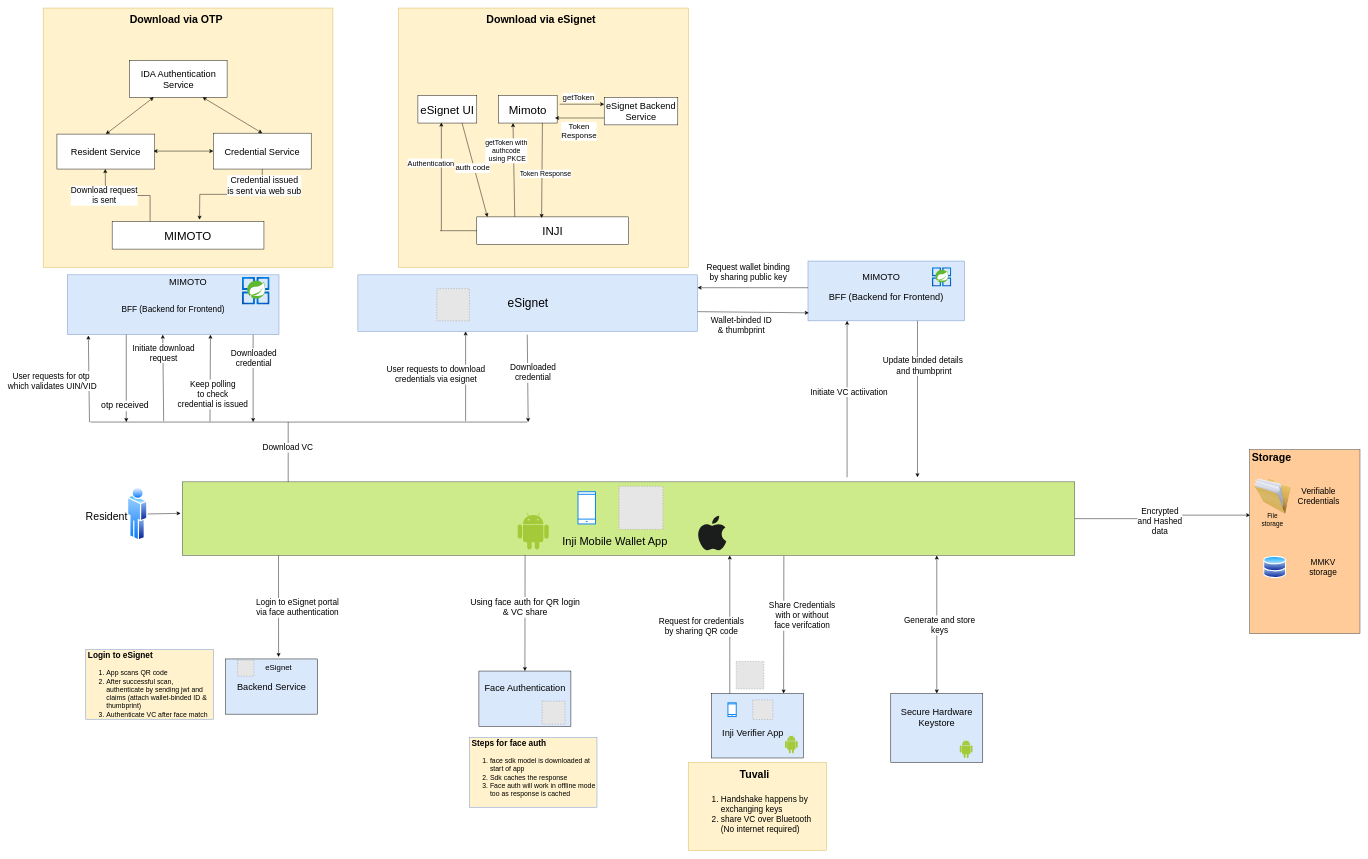
mosip/documentation keeps this draw.io diagram as docs/_images/Inji_Arch.drawio. Above is the earlier version. Source tidied: cells renumbered, new cells numbered last; positions are measured from the earlier drawing's top-left corner, leaving out a move shared by most shapes. Both pictures are drawn from the tidied source at 46%, with x=0, y=0 at pixel (43, 8). Pictures stored in the file or linked from it are replaced by grey dashed boxes.
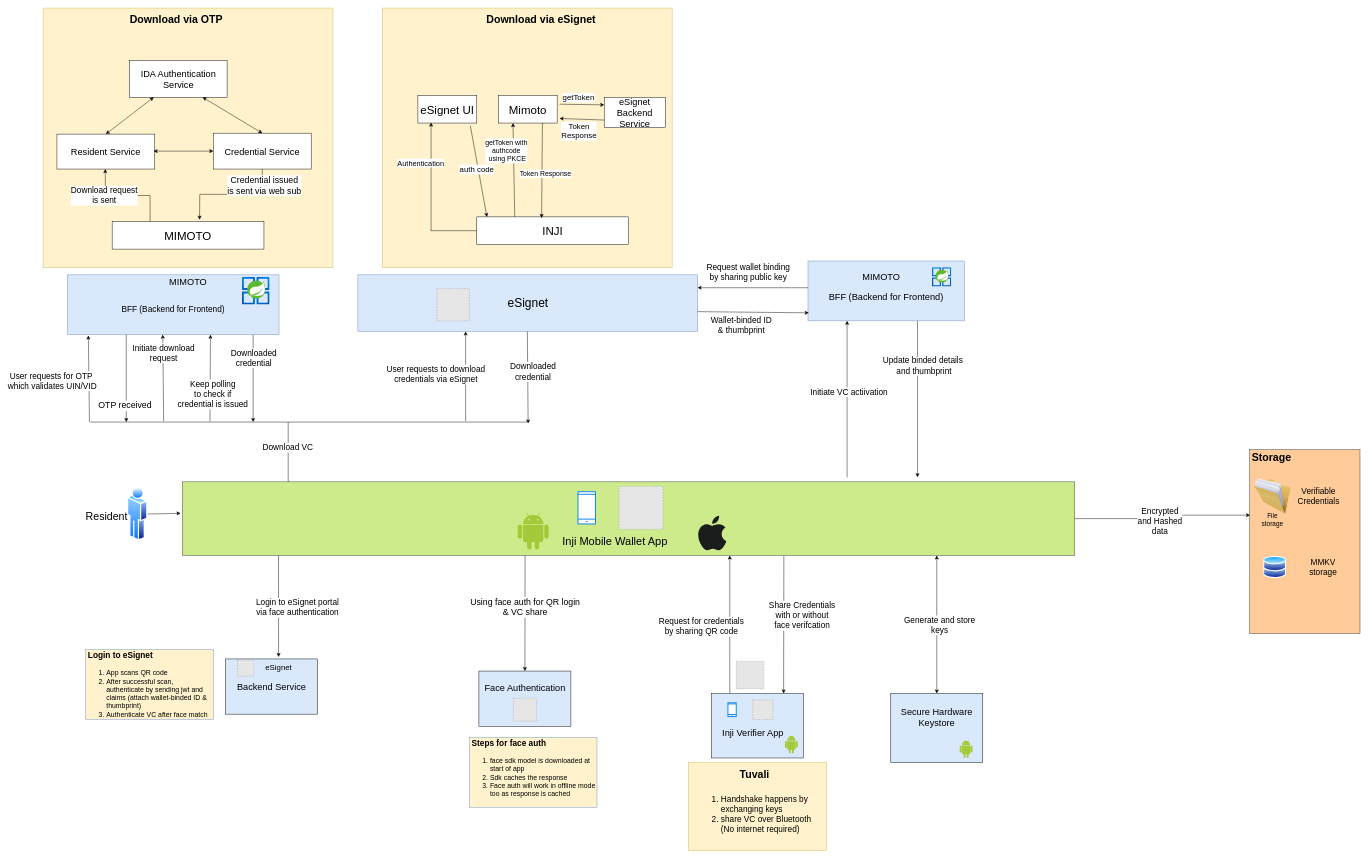
The same diagram, later.

The change refers to these unchanged cells:
```xml
<mxCell id="16" style="endArrow=classic;html=1;rounded=0;entryX=0.099;entryY=1.015;entryDx=0;entryDy=0;entryPerimeter=0;" parent="1" edge="1" target="7">
  <mxGeometry x="1" y="-534" relative="1" as="geometry">
    <mxPoint x="101" y="900" as="sourcePoint" />
    <mxPoint x="-92" y="-300" as="offset" />
  </mxGeometry>
</mxCell>
<mxCell id="18" style="endArrow=classic;html=1;rounded=0;entryX=0.167;entryY=1.008;entryDx=0;entryDy=0;entryPerimeter=0;" parent="1" edge="1">
  <mxGeometry x="1" y="-533" relative="1" as="geometry">
    <mxPoint x="363" y="899" as="sourcePoint" />
    <mxPoint x="364" y="710" as="targetPoint" />
    <mxPoint x="-91" y="-300" as="offset" />
  </mxGeometry>
</mxCell>
<mxCell id="22" style="endArrow=classic;html=1;rounded=0;entryX=0.167;entryY=1.008;entryDx=0;entryDy=0;entryPerimeter=0;" parent="1" edge="1">
  <mxGeometry x="1" y="-533" relative="1" as="geometry">
    <mxPoint x="918.7" y="898" as="sourcePoint" />
    <mxPoint x="918.7" y="703" as="targetPoint" />
    <mxPoint x="-91" y="-300" as="offset" />
  </mxGeometry>
</mxCell>
<mxCell id="62" style="endArrow=classic;html=1;rounded=0;" parent="1" edge="1">
  <mxGeometry relative="1" as="geometry">
    <mxPoint x="181" y="710" as="sourcePoint" />
    <mxPoint x="181" y="900" as="targetPoint" />
  </mxGeometry>
</mxCell>
<mxCell id="71" value="INJI" style="rounded=0;whiteSpace=wrap;html=1;fontSize=25;" parent="1" vertex="1">
  <mxGeometry x="943" y="454" width="330" height="60" as="geometry" />
</mxCell>
<mxCell id="72" value="eSignet UI" style="rounded=0;whiteSpace=wrap;html=1;fontSize=25;" parent="1" vertex="1">
  <mxGeometry x="815" y="190" width="128" height="60" as="geometry" />
</mxCell>
```

The edit, as a diff of the source:
```diff
@@
-    <mxCell id="17" value="User requests for otp&amp;nbsp;&lt;br&gt;which validates&amp;nbsp;UIN/VID" style="edgeLabel;html=1;align=center;verticalAlign=middle;fontSize=18;" parent="16" vertex="1">
+    <mxCell id="17" value="User requests for OTP&amp;nbsp;&lt;br&gt;which validates&amp;nbsp;UIN/VID" style="edgeLabel;html=1;align=center;verticalAlign=middle;fontSize=18;" parent="16" vertex="1">
       <mxGeometry x="-0.04" relative="1" as="geometry">
         <mxPoint x="-80" as="offset" />
       </mxGeometry>
     </mxCell>
@@
-    <mxCell id="19" value="Keep polling&lt;br style=&quot;border-color: var(--border-color); font-size: 18px;&quot;&gt;to check&lt;br style=&quot;border-color: var(--border-color); font-size: 18px;&quot;&gt;credential is issued" style="edgeLabel;html=1;align=center;verticalAlign=middle;fontSize=18;" parent="18" vertex="1">
+    <mxCell id="19" value="Keep polling&lt;br style=&quot;border-color: var(--border-color); font-size: 18px;&quot;&gt;to check if&lt;br style=&quot;border-color: var(--border-color); font-size: 18px;&quot;&gt;credential is issued" style="edgeLabel;html=1;align=center;verticalAlign=middle;fontSize=18;" parent="18" vertex="1">
       <mxGeometry x="0.05" y="-1" relative="1" as="geometry">
         <mxPoint x="4" y="39" as="offset" />
       </mxGeometry>
     </mxCell>
@@
-    <mxCell id="23" value="User requests to download&lt;br style=&quot;border-color: var(--border-color); font-size: 18px; background-color: rgb(251, 251, 251);&quot;&gt;credentials via esignet" style="edgeLabel;html=1;align=center;verticalAlign=middle;fontSize=18;" parent="22" vertex="1">
+    <mxCell id="23" value="User requests to download&lt;br style=&quot;border-color: var(--border-color); font-size: 18px; background-color: rgb(251, 251, 251);&quot;&gt;credentials via eSignet" style="edgeLabel;html=1;align=center;verticalAlign=middle;fontSize=18;" parent="22" vertex="1">
       <mxGeometry x="0.05" y="-1" relative="1" as="geometry">
         <mxPoint x="-66" as="offset" />
       </mxGeometry>
     </mxCell>
-    <mxCell id="24" style="endArrow=classic;html=1;rounded=0;exitX=0.691;exitY=1.031;exitDx=0;exitDy=0;exitPerimeter=0;" parent="1" edge="1">
+    <mxCell id="24" style="endArrow=classic;html=1;rounded=0;exitX=0.499;exitY=0.976;exitDx=0;exitDy=0;exitPerimeter=0;" parent="1" edge="1">
       <mxGeometry relative="1" as="geometry">
-        <mxPoint x="1052.7" y="710" as="sourcePoint" />
-        <mxPoint x="1054.7" y="900" as="targetPoint" />
+        <mxPoint x="1052.9" y="703" as="sourcePoint" />
+        <mxPoint x="1054.6" y="903" as="targetPoint" />
       </mxGeometry>
     </mxCell>
@@
-    <mxCell id="63" value="otp received" style="edgeLabel;html=1;align=center;verticalAlign=middle;fontSize=19;" parent="62" vertex="1">
+    <mxCell id="63" value="OTP received" style="edgeLabel;html=1;align=center;verticalAlign=middle;fontSize=19;" parent="62" vertex="1">
       <mxGeometry x="0.62" y="-4" relative="1" as="geometry" />
     </mxCell>
@@
     <mxCell id="69" style="rounded=0;whiteSpace=wrap;html=1;fontSize=13;fillColor=#fff2cc;strokeColor=#d6b656;" parent="1" vertex="1">
-      <mxGeometry x="773" width="630" height="564" as="geometry" />
+      <mxGeometry x="737.7" width="630" height="564" as="geometry" />
     </mxCell>
@@
     <mxCell id="74" value="eSignet Backend Service" style="rounded=0;whiteSpace=wrap;html=1;fontSize=20;" parent="1" vertex="1">
-      <mxGeometry x="1220" y="194" width="160" height="60" as="geometry" />
+      <mxGeometry x="1220" y="194" width="133" height="66" as="geometry" />
     </mxCell>
     <mxCell id="75" style="endArrow=none;html=1;rounded=0;entryX=0;entryY=0.5;entryDx=0;entryDy=0;" parent="1" edge="1" target="71">
       <mxGeometry relative="1" as="geometry">
-        <mxPoint x="863" y="484" as="sourcePoint" />
+        <mxPoint x="843" y="484" as="sourcePoint" />
       </mxGeometry>
     </mxCell>
-    <mxCell id="76" style="endArrow=classic;html=1;rounded=0;entryX=0.398;entryY=0.983;entryDx=0;entryDy=0;entryPerimeter=0;" parent="1" edge="1" target="72">
+    <mxCell id="76" style="endArrow=classic;html=1;rounded=0;entryX=0.398;entryY=0.983;entryDx=0;entryDy=0;entryPerimeter=0;" parent="1" edge="1">
       <mxGeometry relative="1" as="geometry">
-        <mxPoint x="866" y="484" as="sourcePoint" />
+        <mxPoint x="843.6" y="484" as="sourcePoint" />
+        <mxPoint x="843.6" y="249" as="targetPoint" />
       </mxGeometry>
     </mxCell>
@@
-    <mxCell id="78" style="endArrow=classic;html=1;rounded=0;exitX=0.75;exitY=1;exitDx=0;exitDy=0;entryX=0.07;entryY=0.003;entryDx=0;entryDy=0;entryPerimeter=0;" parent="1" edge="1" source="72" target="71">
-      <mxGeometry relative="1" as="geometry" />
+    <mxCell id="78" style="endArrow=classic;html=1;rounded=0;exitX=0.898;exitY=1.092;exitDx=0;exitDy=0;entryX=0.07;entryY=0.003;entryDx=0;entryDy=0;entryPerimeter=0;exitPerimeter=0;" parent="1" edge="1">
+      <mxGeometry relative="1" as="geometry">
+        <mxPoint x="928.9" y="255.5" as="sourcePoint" />
+        <mxPoint x="965.1" y="454.2" as="targetPoint" />
+      </mxGeometry>
     </mxCell>
@@
     <mxCell id="81" style="endArrow=classic;html=1;rounded=0;exitX=0;exitY=0.75;exitDx=0;exitDy=0;" parent="1" edge="1" source="74">
       <mxGeometry relative="1" as="geometry">
-        <mxPoint x="1113" y="239" as="targetPoint" />
+        <mxPoint x="1123" y="240" as="targetPoint" />
       </mxGeometry>
     </mxCell>
@@
     <mxCell id="97" style="fillColor=#E6E6E6;strokeColor=#999999;dashed=1;verticalLabelPosition=bottom;labelBackgroundColor=default;verticalAlign=top;" parent="1" vertex="1">
-      <mxGeometry x="1085" y="1506.8" width="50" height="50" as="geometry" />
+      <mxGeometry x="1022.6" y="1500.3" width="50" height="50" as="geometry" />
     </mxCell>
```
